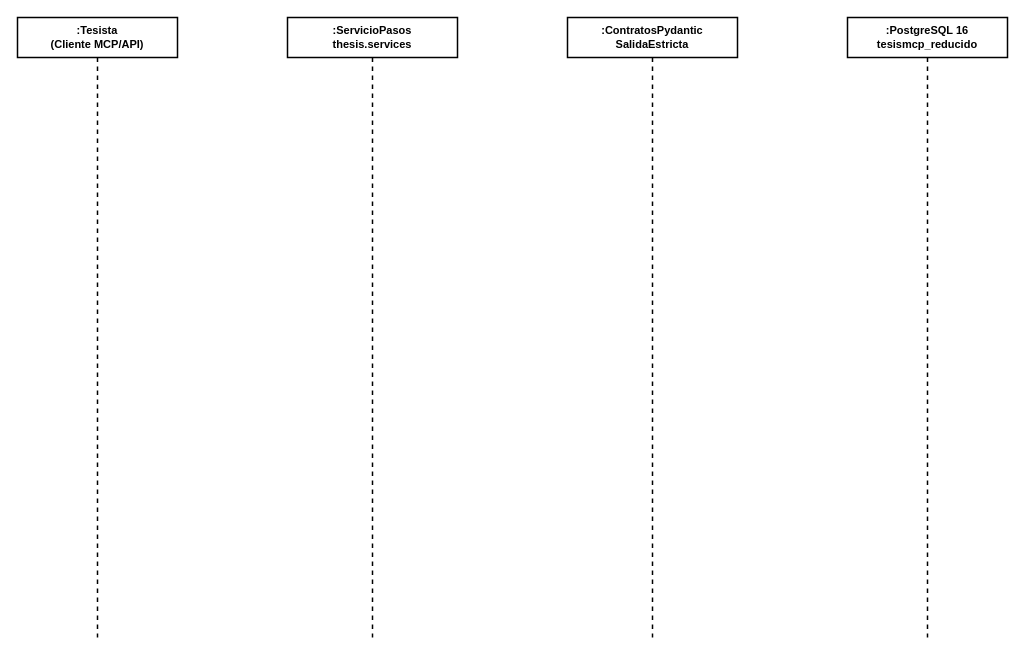
Jupiloy/TesisMCP keeps this draw.io diagram as docs/diagramas/08_secuencia_guardar_paso.drawio. Above is the earlier version. Source tidied: cells renumbered, new cells numbered last; positions are measured from the earlier drawing's top-left corner, leaving out a move shared by most shapes. Both pictures are drawn from the tidied source at 100%, with x=0, y=0 at pixel (17, 17).
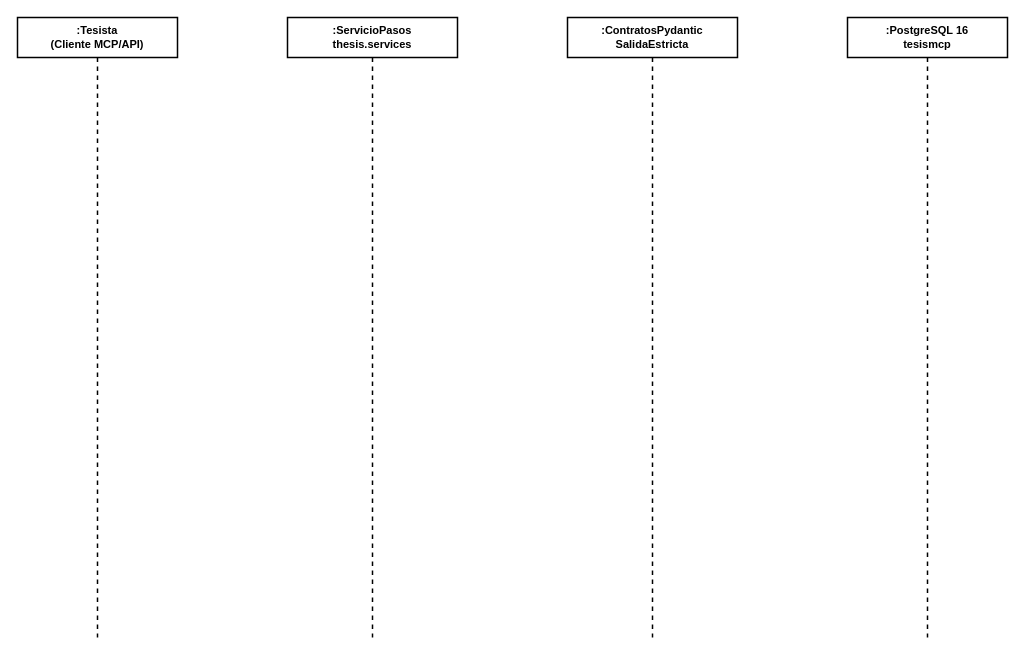
After the change.

Change to the diagram source:
```diff
@@
 <mxGraphModel>
   <root>
     <mxCell id="0" />
     <mxCell id="1" parent="0" />
     <mxCell id="2" value=":Tesista&lt;br/&gt;(Cliente MCP/API)" style="shape=umlLifeline;perimeter=lifelinePerimeter;whiteSpace=wrap;html=1;strokeColor=#000000;strokeWidth=1.5;fillColor=#ffffff;fontSize=11;fontFamily=Arial;fontStyle=1;" parent="1" vertex="1">
       <mxGeometry width="160" height="620" as="geometry" />
     </mxCell>
     <mxCell id="3" value=":ServicioPasos&lt;br/&gt;thesis.services" style="shape=umlLifeline;perimeter=lifelinePerimeter;whiteSpace=wrap;html=1;strokeColor=#000000;strokeWidth=1.5;fillColor=#ffffff;fontSize=11;fontFamily=Arial;fontStyle=1;" parent="1" vertex="1">
       <mxGeometry x="270" width="170" height="620" as="geometry" />
     </mxCell>
     <mxCell id="4" value=":ContratosPydantic&lt;br/&gt;SalidaEstricta" style="shape=umlLifeline;perimeter=lifelinePerimeter;whiteSpace=wrap;html=1;strokeColor=#000000;strokeWidth=1.5;fillColor=#ffffff;fontSize=11;fontFamily=Arial;fontStyle=1;" parent="1" vertex="1">
       <mxGeometry x="550" width="170" height="620" as="geometry" />
     </mxCell>
-    <mxCell id="5" value=":PostgreSQL 16&lt;br/&gt;tesismcp_reducido" style="shape=umlLifeline;perimeter=lifelinePerimeter;whiteSpace=wrap;html=1;strokeColor=#000000;strokeWidth=1.5;fillColor=#ffffff;fontSize=11;fontFamily=Arial;fontStyle=1;" parent="1" vertex="1">
+    <mxCell id="5" value=":PostgreSQL 16&lt;br/&gt;tesismcp" style="shape=umlLifeline;perimeter=lifelinePerimeter;whiteSpace=wrap;html=1;strokeColor=#000000;strokeWidth=1.5;fillColor=#ffffff;fontSize=11;fontFamily=Arial;fontStyle=1;" parent="1" vertex="1">
       <mxGeometry x="830" width="160" height="620" as="geometry" />
     </mxCell>
   </root>
 </mxGraphModel>
```
